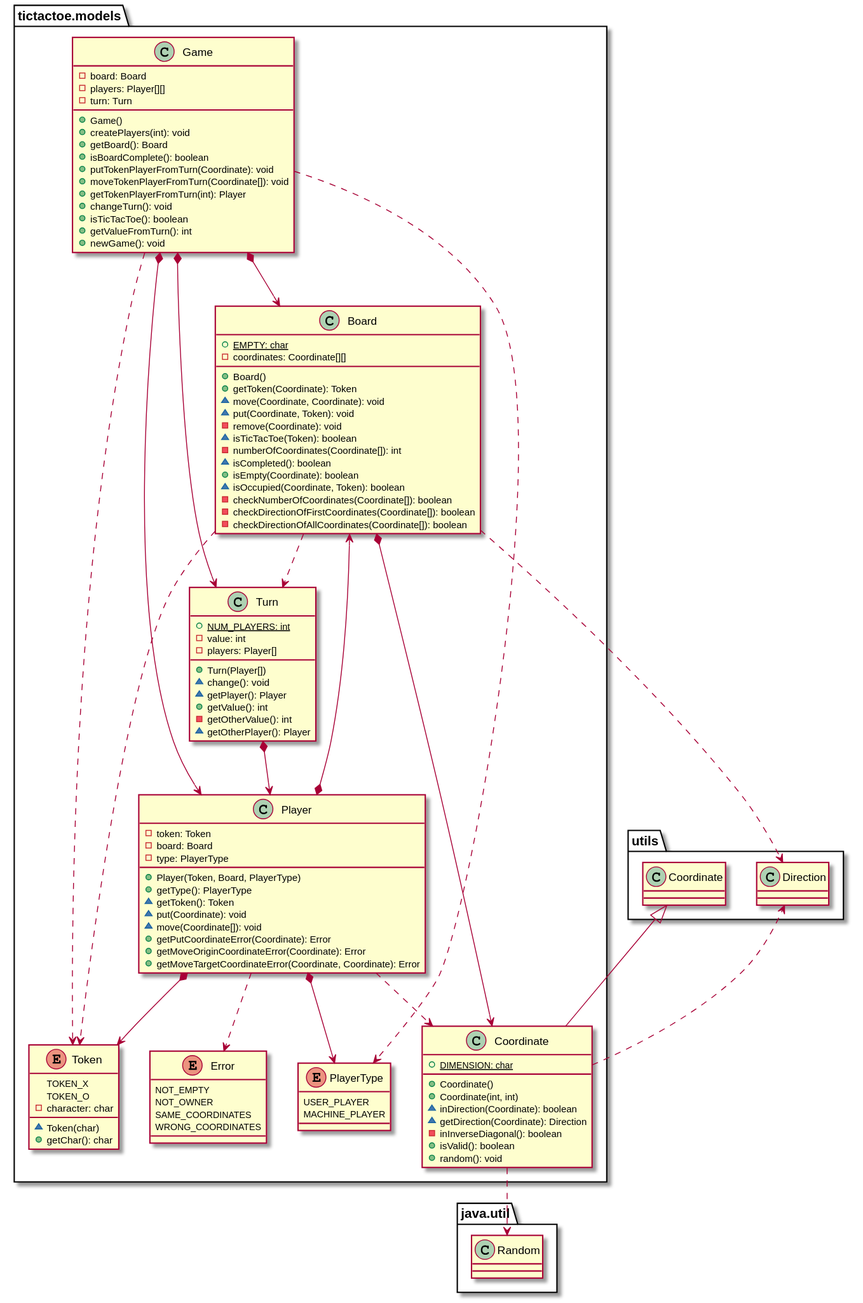
Above: documentView/withoutFactoryMethod/docs/diagrams/out/paquetes/tictactoe.models.svg in Jolucaa/USantaTecla-project-ticTacToe (PlantUML), before the change. Its diagram source:
```plantuml
@startuml

class  tictactoe.models.Board{
+ {static} EMPTY: char
- coordinates: Coordinate[][]
+ Board()
+ getToken(Coordinate): Token
~ move(Coordinate, Coordinate): void
~ put(Coordinate, Token): void
- remove(Coordinate): void
~ isTicTacToe(Token): boolean
- numberOfCoordinates(Coordinate[]): int
~ isCompleted(): boolean
+ isEmpty(Coordinate): boolean
~ isOccupied(Coordinate, Token): boolean
- checkNumberOfCoordinates(Coordinate[]): boolean
- checkDirectionOfFirstCoordinates(Coordinate[]): boolean
- checkDirectionOfAllCoordinates(Coordinate[]): boolean
}
tictactoe.models.Board *-down-> tictactoe.models.Coordinate
tictactoe.models.Board ..> tictactoe.models.Token
tictactoe.models.Board ..> tictactoe.models.Turn
tictactoe.models.Board ..> utils.Direction

class  tictactoe.models.Coordinate{
+ {static} DIMENSION: char
+ Coordinate()
+ Coordinate(int, int)
~ inDirection(Coordinate): boolean
~ getDirection(Coordinate): Direction
- inInverseDiagonal(): boolean
+ isValid(): boolean
+ random(): void
}
utils.Coordinate <|-down- tictactoe.models.Coordinate
tictactoe.models.Coordinate ..> utils.Direction
tictactoe.models.Coordinate ..> java.util.Random

enum  tictactoe.models.Error{
NOT_EMPTY
NOT_OWNER
SAME_COORDINATES
WRONG_COORDINATES
}

class  tictactoe.models.Game{
- board: Board
- players: Player[][]
- turn: Turn
+ Game()
+ createPlayers(int): void
+ getBoard(): Board
+ isBoardComplete(): boolean
+ putTokenPlayerFromTurn(Coordinate): void
+ moveTokenPlayerFromTurn(Coordinate[]): void
+ getTokenPlayerFromTurn(int): Player
+ changeTurn(): void
+ isTicTacToe(): boolean
+ getValueFromTurn(): int
+ newGame(): void
}
tictactoe.models.Game *-down-> tictactoe.models.Board
tictactoe.models.Game *-down-> tictactoe.models.Player
tictactoe.models.Game *-down-> tictactoe.models.Turn
tictactoe.models.Game ..> tictactoe.models.Token
tictactoe.models.Game ..> tictactoe.models.PlayerType

class  tictactoe.models.Player{
- token: Token
- board: Board
- type: PlayerType
+ Player(Token, Board, PlayerType)
+ getType(): PlayerType
~ getToken(): Token
~ put(Coordinate): void
~ move(Coordinate[]): void
+ getPutCoordinateError(Coordinate): Error
+ getMoveOriginCoordinateError(Coordinate): Error
+ getMoveTargetCoordinateError(Coordinate, Coordinate): Error
}
tictactoe.models.Player *-down-> tictactoe.models.Token
tictactoe.models.Player *-down-> tictactoe.models.Board
tictactoe.models.Player *-down-> tictactoe.models.PlayerType
tictactoe.models.Player ..> tictactoe.models.Coordinate
tictactoe.models.Player ..> tictactoe.models.Error

enum  tictactoe.models.PlayerType{
USER_PLAYER
MACHINE_PLAYER
}

enum  tictactoe.models.Token{
TOKEN_X
TOKEN_O
- character: char
~ Token(char)
+ getChar(): char
}

class  tictactoe.models.Turn{
+ {static} NUM_PLAYERS: int
- value: int
- players: Player[]
+ Turn(Player[])
~ change(): void
~ getPlayer(): Player
+ getValue(): int
- getOtherValue(): int
~ getOtherPlayer(): Player
}
tictactoe.models.Turn *-down-> tictactoe.models.Player

@enduml
```
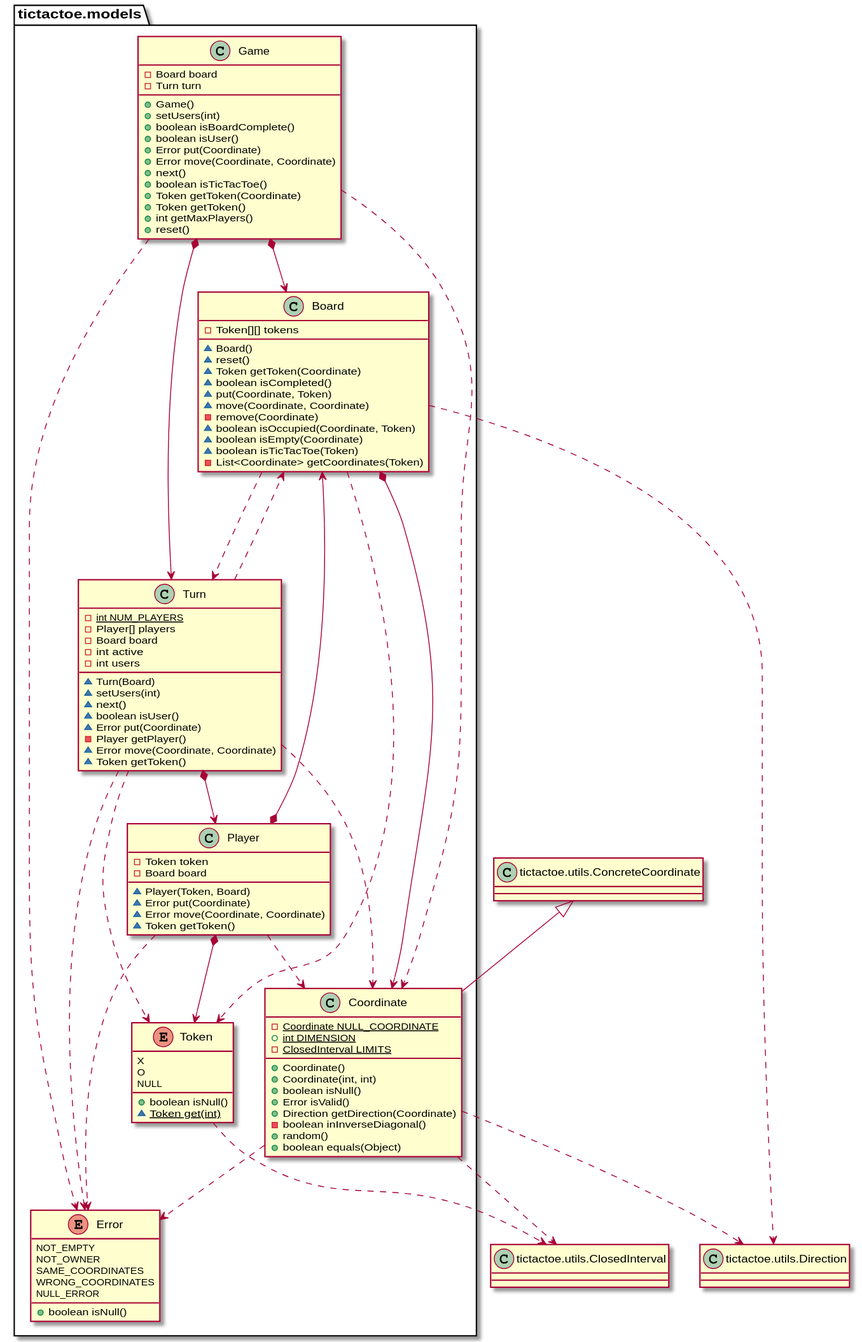
After the commit.

The edit, as a diff of the source:
```diff
@@ -1,113 +1,118 @@
 @startuml
+class  tictactoe.models.Board{
+- Token[][] tokens
+~ Board()
+~ reset()
+~ Token getToken(Coordinate)
+~ boolean isCompleted()
+~ put(Coordinate, Token)
+~ move(Coordinate, Coordinate)
+- remove(Coordinate)
+~ boolean isOccupied(Coordinate, Token)
+~ boolean isEmpty(Coordinate)
+~ boolean isTicTacToe(Token)
+- List<Coordinate> getCoordinates(Token)
+}
 
-class  tictactoe.models.Board{
-+ {static} EMPTY: char
-- coordinates: Coordinate[][]
-+ Board()
-+ getToken(Coordinate): Token
-~ move(Coordinate, Coordinate): void
-~ put(Coordinate, Token): void
-- remove(Coordinate): void
-~ isTicTacToe(Token): boolean
-- numberOfCoordinates(Coordinate[]): int
-~ isCompleted(): boolean
-+ isEmpty(Coordinate): boolean
-~ isOccupied(Coordinate, Token): boolean
-- checkNumberOfCoordinates(Coordinate[]): boolean
-- checkDirectionOfFirstCoordinates(Coordinate[]): boolean
-- checkDirectionOfAllCoordinates(Coordinate[]): boolean
-}
+class ClosedInterval as "tictactoe.utils.ClosedInterval"
+class ConcreteCoordinate as "tictactoe.utils.ConcreteCoordinate"
+class Direction as "tictactoe.utils.Direction"
+
 tictactoe.models.Board *-down-> tictactoe.models.Coordinate
 tictactoe.models.Board ..> tictactoe.models.Token
 tictactoe.models.Board ..> tictactoe.models.Turn
-tictactoe.models.Board ..> utils.Direction
+tictactoe.models.Board ..> Direction
 
 class  tictactoe.models.Coordinate{
-+ {static} DIMENSION: char
+- {static} Coordinate NULL_COORDINATE
++ {static} int DIMENSION
+- {static} ClosedInterval LIMITS
 + Coordinate()
 + Coordinate(int, int)
-~ inDirection(Coordinate): boolean
-~ getDirection(Coordinate): Direction
-- inInverseDiagonal(): boolean
-+ isValid(): boolean
-+ random(): void
++ boolean isNull()
++ Error isValid()
++ Direction getDirection(Coordinate)
+- boolean inInverseDiagonal()
++ random()
++ boolean equals(Object)
 }
-utils.Coordinate <|-down- tictactoe.models.Coordinate
-tictactoe.models.Coordinate ..> utils.Direction
-tictactoe.models.Coordinate ..> java.util.Random
+ConcreteCoordinate <|-down- tictactoe.models.Coordinate
+tictactoe.models.Coordinate ..> tictactoe.models.Error
+tictactoe.models.Coordinate ..> Direction
+tictactoe.models.Coordinate ..> ClosedInterval
 
 enum  tictactoe.models.Error{
 NOT_EMPTY
 NOT_OWNER
 SAME_COORDINATES
 WRONG_COORDINATES
+NULL_ERROR
++ boolean isNull()
 }
 
 class  tictactoe.models.Game{
-- board: Board
-- players: Player[][]
-- turn: Turn
+- Board board
+- Turn turn
 + Game()
-+ createPlayers(int): void
-+ getBoard(): Board
-+ isBoardComplete(): boolean
-+ putTokenPlayerFromTurn(Coordinate): void
-+ moveTokenPlayerFromTurn(Coordinate[]): void
-+ getTokenPlayerFromTurn(int): Player
-+ changeTurn(): void
-+ isTicTacToe(): boolean
-+ getValueFromTurn(): int
-+ newGame(): void
++ setUsers(int)
++ boolean isBoardComplete()
++ boolean isUser()
++ Error put(Coordinate)
++ Error move(Coordinate, Coordinate)
++ next()
++ boolean isTicTacToe()
++ Token getToken(Coordinate)
++ Token getToken()
++ int getMaxPlayers()
++ reset()
 }
 tictactoe.models.Game *-down-> tictactoe.models.Board
-tictactoe.models.Game *-down-> tictactoe.models.Player
 tictactoe.models.Game *-down-> tictactoe.models.Turn
-tictactoe.models.Game ..> tictactoe.models.Token
-tictactoe.models.Game ..> tictactoe.models.PlayerType
+tictactoe.models.Game ..> tictactoe.models.Coordinate
+tictactoe.models.Game ..> tictactoe.models.Error
 
 class  tictactoe.models.Player{
-- token: Token
-- board: Board
-- type: PlayerType
-+ Player(Token, Board, PlayerType)
-+ getType(): PlayerType
-~ getToken(): Token
-~ put(Coordinate): void
-~ move(Coordinate[]): void
-+ getPutCoordinateError(Coordinate): Error
-+ getMoveOriginCoordinateError(Coordinate): Error
-+ getMoveTargetCoordinateError(Coordinate, Coordinate): Error
+- Token token
+- Board board
+~ Player(Token, Board)
+~ Error put(Coordinate)
+~ Error move(Coordinate, Coordinate)
+~ Token getToken()
 }
 tictactoe.models.Player *-down-> tictactoe.models.Token
 tictactoe.models.Player *-down-> tictactoe.models.Board
-tictactoe.models.Player *-down-> tictactoe.models.PlayerType
 tictactoe.models.Player ..> tictactoe.models.Coordinate
 tictactoe.models.Player ..> tictactoe.models.Error
 
-enum  tictactoe.models.PlayerType{
-USER_PLAYER
-MACHINE_PLAYER
+enum  tictactoe.models.Token{
+X
+O
+NULL
++ boolean isNull()
+~ {static} Token get(int)
 }
 
-enum  tictactoe.models.Token{
-TOKEN_X
-TOKEN_O
-- character: char
-~ Token(char)
-+ getChar(): char
+tictactoe.models.Token ..> ClosedInterval
+
+class  tictactoe.models.Turn{
+- {static} int NUM_PLAYERS
+- Player[] players
+- Board board
+- int active
+- int users
+~ Turn(Board)
+~ setUsers(int)
+~ next()
+~ boolean isUser()
+~ Error put(Coordinate)
+- Player getPlayer()
+~ Error move(Coordinate, Coordinate)
+~ Token getToken()
 }
 
-class  tictactoe.models.Turn{
-+ {static} NUM_PLAYERS: int
-- value: int
-- players: Player[]
-+ Turn(Player[])
-~ change(): void
-~ getPlayer(): Player
-+ getValue(): int
-- getOtherValue(): int
-~ getOtherPlayer(): Player
-}
 tictactoe.models.Turn *-down-> tictactoe.models.Player
-
+tictactoe.models.Turn ..down-> tictactoe.models.Board
+tictactoe.models.Turn ..down-> tictactoe.models.Token
+tictactoe.models.Turn ..down-> tictactoe.models.Coordinate
+tictactoe.models.Turn ..down-> tictactoe.models.Error
 @enduml
```
